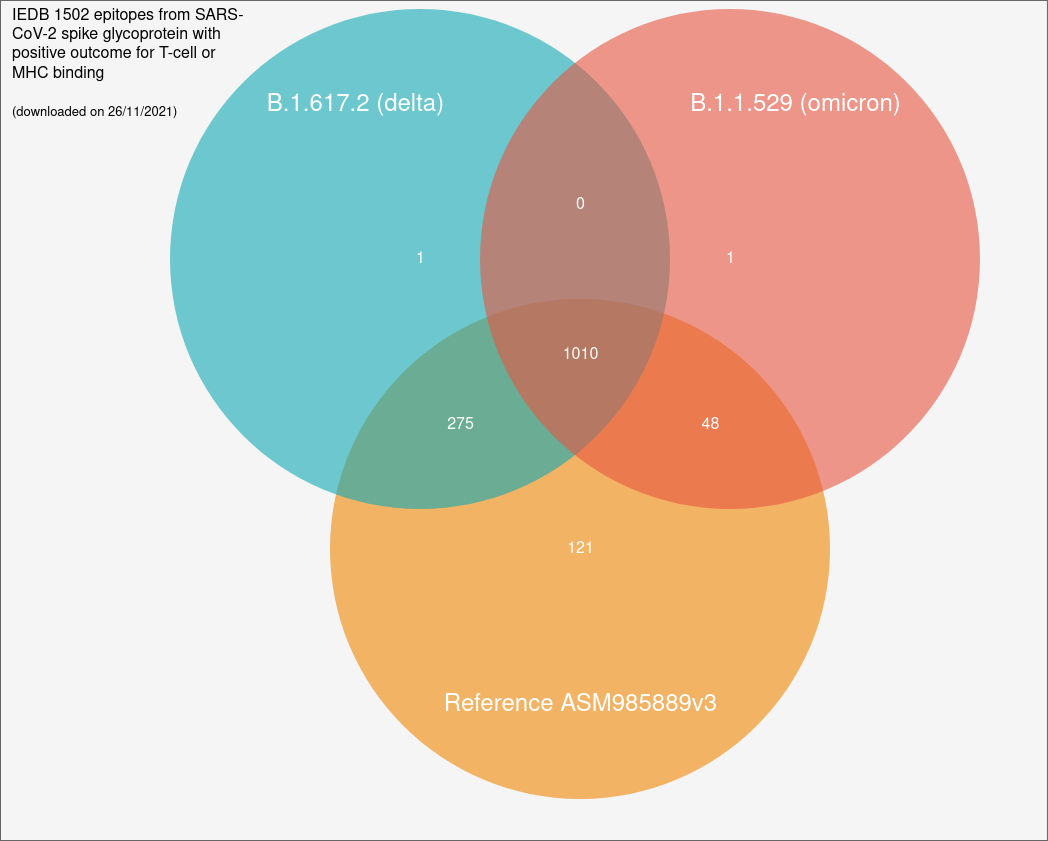
The draw.io diagram figures/figures_publication/figure_01_omicron_iedb_venn.drawio.png in TRON-Bioinformatics/omicron-analysis, before a commit. Source tidied: cells renumbered, new cells last; positions are measured from the earlier drawing's top-left corner, leaving out a move shared by most shapes.
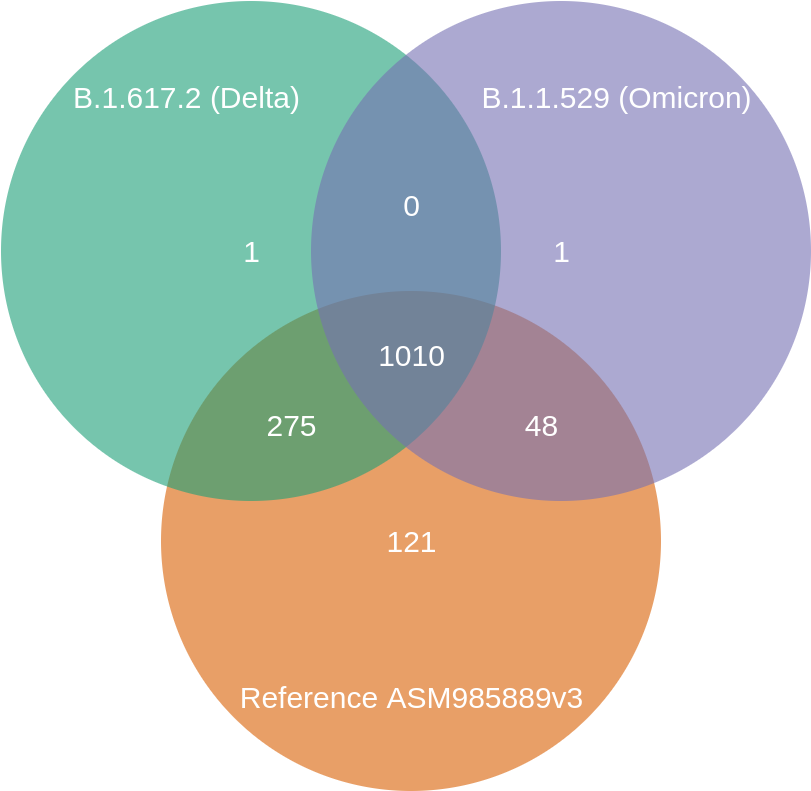
Above is the later version.

Commit message:
improve venn diagram

What changed in the source:
```diff
@@ -2,41 +2,35 @@
   <root>
     <mxCell id="0" />
     <mxCell id="1" parent="0" />
-    <mxCell id="2" style="rounded=0;whiteSpace=wrap;html=1;fontSize=16;fillColor=#f5f5f5;fontColor=#333333;strokeColor=#666666;" parent="1" vertex="1">
-      <mxGeometry width="1047" height="840" as="geometry" />
-    </mxCell>
-    <mxCell id="3" value="&lt;font style=&quot;font-size: 16px&quot;&gt;121&lt;/font&gt;" style="ellipse;fillColor=#F08705;opacity=60;strokeColor=none;html=1;fontColor=#FFFFFF;" parent="1" vertex="1">
+    <mxCell id="3" value="&lt;font style=&quot;font-size: 30px&quot;&gt;121&lt;/font&gt;" style="ellipse;fillColor=#d95f02;opacity=60;strokeColor=none;html=1;fontColor=#FFFFFF;" parent="1" vertex="1">
       <mxGeometry x="329.5" y="298.5" width="500" height="500" as="geometry" />
     </mxCell>
-    <mxCell id="4" value="&lt;font style=&quot;font-size: 16px&quot;&gt;1&lt;/font&gt;" style="ellipse;fillColor=#12AAB5;opacity=60;strokeColor=none;html=1;fontColor=#FFFFFF;" parent="1" vertex="1">
-      <mxGeometry x="169.5" y="8.5" width="500" height="500" as="geometry" />
-    </mxCell>
-    <mxCell id="5" value="&lt;font style=&quot;font-size: 16px&quot;&gt;1&lt;/font&gt;" style="ellipse;fillColor=#e85642;opacity=60;strokeColor=none;html=1;fontColor=#FFFFFF;" parent="1" vertex="1">
-      <mxGeometry x="479.5" y="8.5" width="500" height="500" as="geometry" />
-    </mxCell>
-    <mxCell id="6" value="B.1.617.2 (delta)" style="text;fontSize=24;align=center;verticalAlign=middle;html=1;fontColor=#FFFFFF;" parent="1" vertex="1">
-      <mxGeometry x="260" y="70" width="190" height="70" as="geometry" />
-    </mxCell>
-    <mxCell id="7" value="B.1.1.529 (omicron)" style="text;fontSize=24;align=center;verticalAlign=middle;html=1;fontColor=#FFFFFF;" parent="1" vertex="1">
-      <mxGeometry x="700" y="70" width="190" height="70" as="geometry" />
-    </mxCell>
+    <mxCell id="14" value="&lt;font style=&quot;font-size: 30px&quot;&gt;1&lt;/font&gt;" style="ellipse;fillColor=#1b9e77;opacity=60;strokeColor=none;html=1;fontColor=#FFFFFF;" parent="1" vertex="1">
+      <mxGeometry x="169.5" y="8.5" width="500" height="500" as="geometry" />
+    </mxCell>
+    <mxCell id="15" value="&lt;font style=&quot;font-size: 30px&quot;&gt;1&lt;/font&gt;" style="ellipse;fillColor=#7570b3;opacity=60;strokeColor=none;html=1;fontColor=#FFFFFF;" parent="1" vertex="1">
+      <mxGeometry x="479.5" y="8.5" width="500" height="500" as="geometry" />
+    </mxCell>
+    <mxCell id="16" value="B.1.617.2 (Delta)" style="text;fontSize=30;align=center;verticalAlign=middle;html=1;fontColor=#FFFFFF;" parent="1" vertex="1">
+      <mxGeometry x="260" y="70" width="190" height="70" as="geometry" />
+    </mxCell>
+    <mxCell id="17" value="B.1.1.529 (Omicron)" style="text;fontSize=30;align=center;verticalAlign=middle;html=1;fontColor=#FFFFFF;" parent="1" vertex="1">
+      <mxGeometry x="689.5" y="70" width="190" height="70" as="geometry" />
+    </mxCell>
-    <mxCell id="8" value="Reference ASM985889v3" style="text;fontSize=24;align=center;verticalAlign=middle;html=1;fontColor=#FFFFFF;" parent="1" vertex="1">
+    <mxCell id="8" value="Reference ASM985889v3" style="text;fontSize=30;align=center;verticalAlign=middle;html=1;fontColor=#FFFFFF;" parent="1" vertex="1">
       <mxGeometry x="484.5" y="670" width="190" height="70" as="geometry" />
     </mxCell>
-    <mxCell id="9" value="0" style="text;align=center;html=1;fontColor=#FFFFFF;fontSize=16;" parent="1" vertex="1">
+    <mxCell id="9" value="0" style="text;align=center;html=1;fontColor=#FFFFFF;fontSize=30;" parent="1" vertex="1">
       <mxGeometry x="559.5" y="188.5" width="40" height="40" as="geometry" />
     </mxCell>
-    <mxCell id="10" value="275" style="text;align=center;html=1;fontColor=#FFFFFF;fontSize=16;" parent="1" vertex="1">
+    <mxCell id="10" value="275" style="text;align=center;html=1;fontColor=#FFFFFF;fontSize=30;" parent="1" vertex="1">
       <mxGeometry x="439.5" y="408.5" width="40" height="40" as="geometry" />
     </mxCell>
-    <mxCell id="11" value="48" style="text;align=center;html=1;fontColor=#FFFFFF;fontSize=16;" parent="1" vertex="1">
+    <mxCell id="11" value="48" style="text;align=center;html=1;fontColor=#FFFFFF;fontSize=30;" parent="1" vertex="1">
       <mxGeometry x="689.5" y="408.5" width="40" height="40" as="geometry" />
     </mxCell>
-    <mxCell id="12" value="1010" style="text;align=center;html=1;fontColor=#FFFFFF;fontSize=16;" parent="1" vertex="1">
+    <mxCell id="12" value="1010" style="text;align=center;html=1;fontColor=#FFFFFF;fontSize=30;" parent="1" vertex="1">
       <mxGeometry x="559.5" y="338.5" width="40" height="40" as="geometry" />
     </mxCell>
-    <mxCell id="13" value="&lt;div align=&quot;left&quot;&gt;IEDB 1502 epitopes from SARS-CoV-2 spike glycoprotein with positive outcome for T-cell or MHC binding &lt;br&gt;&lt;br&gt;&lt;font style=&quot;font-size: 13px&quot;&gt;(downloaded on 26/11/2021)&lt;/font&gt;&lt;br&gt;&lt;/div&gt;" style="text;html=1;strokeColor=none;fillColor=none;align=left;verticalAlign=middle;whiteSpace=wrap;rounded=0;fontSize=16;" parent="1" vertex="1">
-      <mxGeometry x="10" y="8.5" width="240" height="111" as="geometry" />
-    </mxCell>
   </root>
 </mxGraphModel>
```
